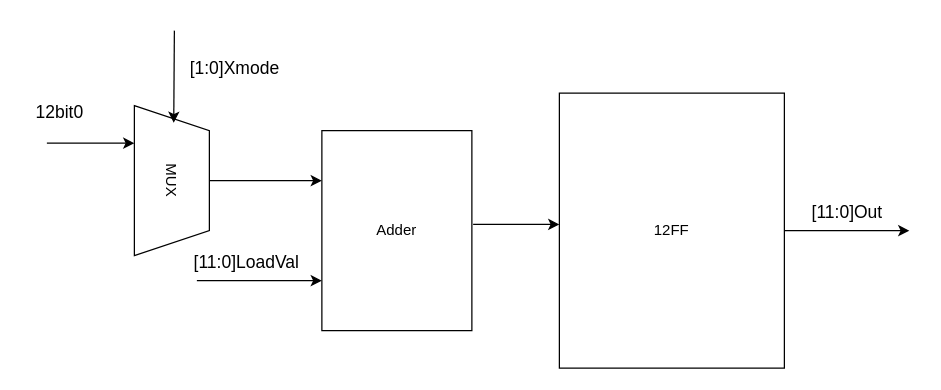
Before: Diagrams/Counter.drawio in sabarioded/Patterns_Project, a draw.io diagram. Source tidied: cells renumbered, new cells numbered last; positions are measured from the earlier drawing's top-left corner, leaving out a move shared by most shapes. Both pictures are drawn from the tidied source at 125%, with x=0, y=0 at pixel (21, 30).
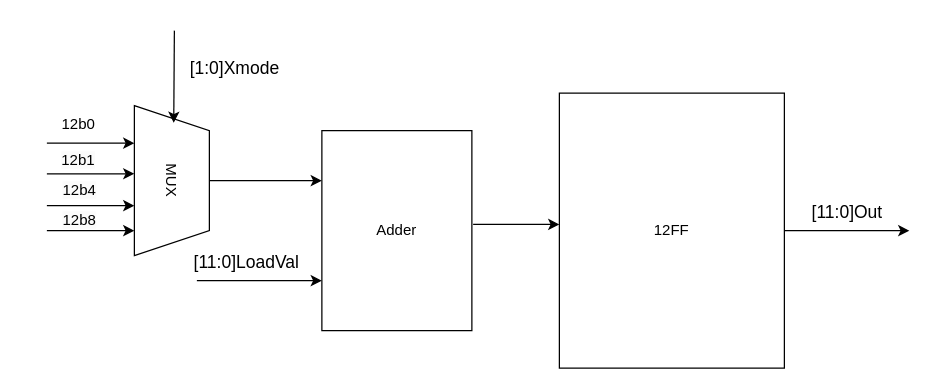
After the change.

What changed in the source:
```diff
@@
-    <mxCell id="14" value="&lt;font style=&quot;font-size: 14px;&quot;&gt;12bit0&lt;/font&gt;" style="text;html=1;align=center;verticalAlign=middle;strokeColor=none;fillColor=none;" parent="1" vertex="1">
-      <mxGeometry y="50" width="60" height="30" as="geometry" />
-    </mxCell>
+    <mxCell id="15" style="endArrow=classic;html=1;rounded=0;entryX=0.25;entryY=1;entryDx=0;entryDy=0;" parent="1" edge="1">
+      <mxGeometry relative="1" as="geometry">
+        <mxPoint x="20" y="114.5" as="sourcePoint" />
+        <mxPoint x="90" y="114.5" as="targetPoint" />
+      </mxGeometry>
+    </mxCell>
+    <mxCell id="16" style="endArrow=classic;html=1;rounded=0;entryX=0.25;entryY=1;entryDx=0;entryDy=0;" parent="1" edge="1">
+      <mxGeometry relative="1" as="geometry">
+        <mxPoint x="20" y="140" as="sourcePoint" />
+        <mxPoint x="90" y="140" as="targetPoint" />
+      </mxGeometry>
+    </mxCell>
+    <mxCell id="17" style="endArrow=classic;html=1;rounded=0;entryX=0.25;entryY=1;entryDx=0;entryDy=0;" parent="1" edge="1">
+      <mxGeometry relative="1" as="geometry">
+        <mxPoint x="20" y="160" as="sourcePoint" />
+        <mxPoint x="90" y="160" as="targetPoint" />
+      </mxGeometry>
+    </mxCell>
+    <mxCell id="18" value="12b0" style="text;html=1;align=center;verticalAlign=middle;strokeColor=none;fillColor=none;" parent="1" vertex="1">
+      <mxGeometry x="20" y="60" width="50" height="30" as="geometry" />
+    </mxCell>
+    <mxCell id="19" value="&lt;span style=&quot;color: rgb(0, 0, 0); font-family: Helvetica; font-size: 12px; font-style: normal; font-variant-ligatures: normal; font-variant-caps: normal; font-weight: 400; letter-spacing: normal; orphans: 2; text-align: center; text-indent: 0px; text-transform: none; widows: 2; word-spacing: 0px; -webkit-text-stroke-width: 0px; white-space: nowrap; background-color: rgb(251, 251, 251); text-decoration-thickness: initial; text-decoration-style: initial; text-decoration-color: initial; display: inline !important; float: none;&quot;&gt;12b1&lt;/span&gt;" style="text;whiteSpace=wrap;html=1;" parent="1" vertex="1">
+      <mxGeometry x="30" y="90" width="50" height="40" as="geometry" />
+    </mxCell>
+    <mxCell id="20" value="&lt;span style=&quot;color: rgb(0, 0, 0); font-family: Helvetica; font-size: 12px; font-style: normal; font-variant-ligatures: normal; font-variant-caps: normal; font-weight: 400; letter-spacing: normal; orphans: 2; text-align: center; text-indent: 0px; text-transform: none; widows: 2; word-spacing: 0px; -webkit-text-stroke-width: 0px; white-space: nowrap; background-color: rgb(251, 251, 251); text-decoration-thickness: initial; text-decoration-style: initial; text-decoration-color: initial; display: inline !important; float: none;&quot;&gt;12b4&lt;/span&gt;" style="text;whiteSpace=wrap;html=1;" parent="1" vertex="1">
+      <mxGeometry x="31" y="114" width="50" height="40" as="geometry" />
+    </mxCell>
+    <mxCell id="21" value="&lt;span style=&quot;color: rgb(0, 0, 0); font-family: Helvetica; font-size: 12px; font-style: normal; font-variant-ligatures: normal; font-variant-caps: normal; font-weight: 400; letter-spacing: normal; orphans: 2; text-align: center; text-indent: 0px; text-transform: none; widows: 2; word-spacing: 0px; -webkit-text-stroke-width: 0px; white-space: nowrap; background-color: rgb(251, 251, 251); text-decoration-thickness: initial; text-decoration-style: initial; text-decoration-color: initial; display: inline !important; float: none;&quot;&gt;12b8&lt;/span&gt;" style="text;whiteSpace=wrap;html=1;" parent="1" vertex="1">
+      <mxGeometry x="31" y="138" width="50" height="40" as="geometry" />
+    </mxCell>
```
